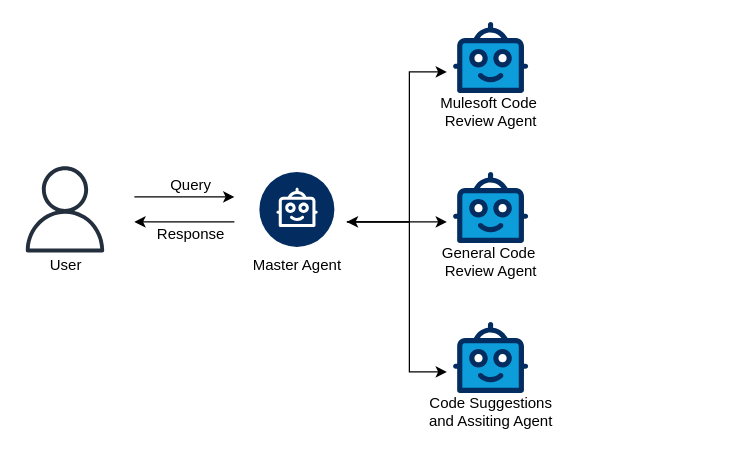
Earlier version of the draw.io diagram architecture.drawio (aathikm8943/multi-agent-rag). Source tidied: cells renumbered, new cells numbered last; positions are measured from the earlier drawing's top-left corner, leaving out a move shared by most shapes. Both pictures are drawn from the tidied source at 125%, with x=0, y=0 at pixel (21, 21).
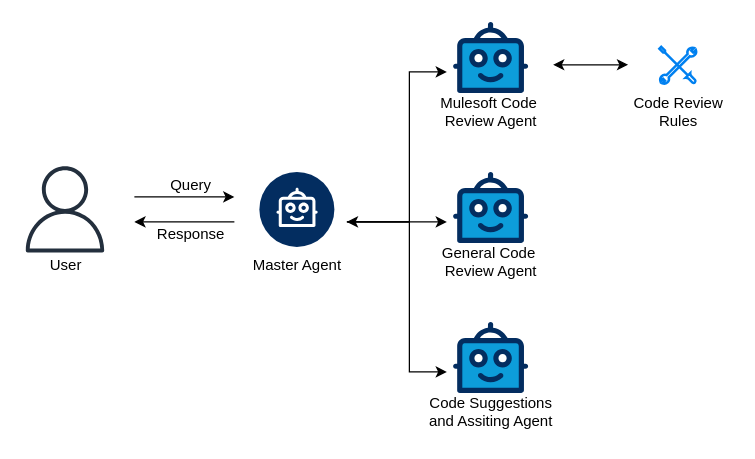
Above is the later version.

Diff of the diagram source:
```diff
@@
+    <mxCell id="22" style="html=1;verticalLabelPosition=bottom;align=center;labelBackgroundColor=#ffffff;verticalAlign=top;strokeWidth=2;strokeColor=#0080F0;shadow=0;dashed=0;shape=mxgraph.ios7.icons.tools;" parent="1" vertex="1">
+      <mxGeometry x="510" y="20" width="29.7" height="29.7" as="geometry" />
+    </mxCell>
+    <mxCell id="23" style="endArrow=classic;startArrow=classic;html=1;" parent="1" edge="1">
+      <mxGeometry relative="1" as="geometry">
+        <mxPoint x="425" y="34.3" as="sourcePoint" />
+        <mxPoint x="485" y="34.3" as="targetPoint" />
+      </mxGeometry>
+    </mxCell>
+    <mxCell id="24" value="Code Review&lt;div&gt;Rules&lt;/div&gt;" style="text;html=1;align=center;verticalAlign=middle;strokeColor=none;fillColor=none;" parent="1" vertex="1">
+      <mxGeometry x="479.9" y="52" width="90" height="40" as="geometry" />
+    </mxCell>
```
